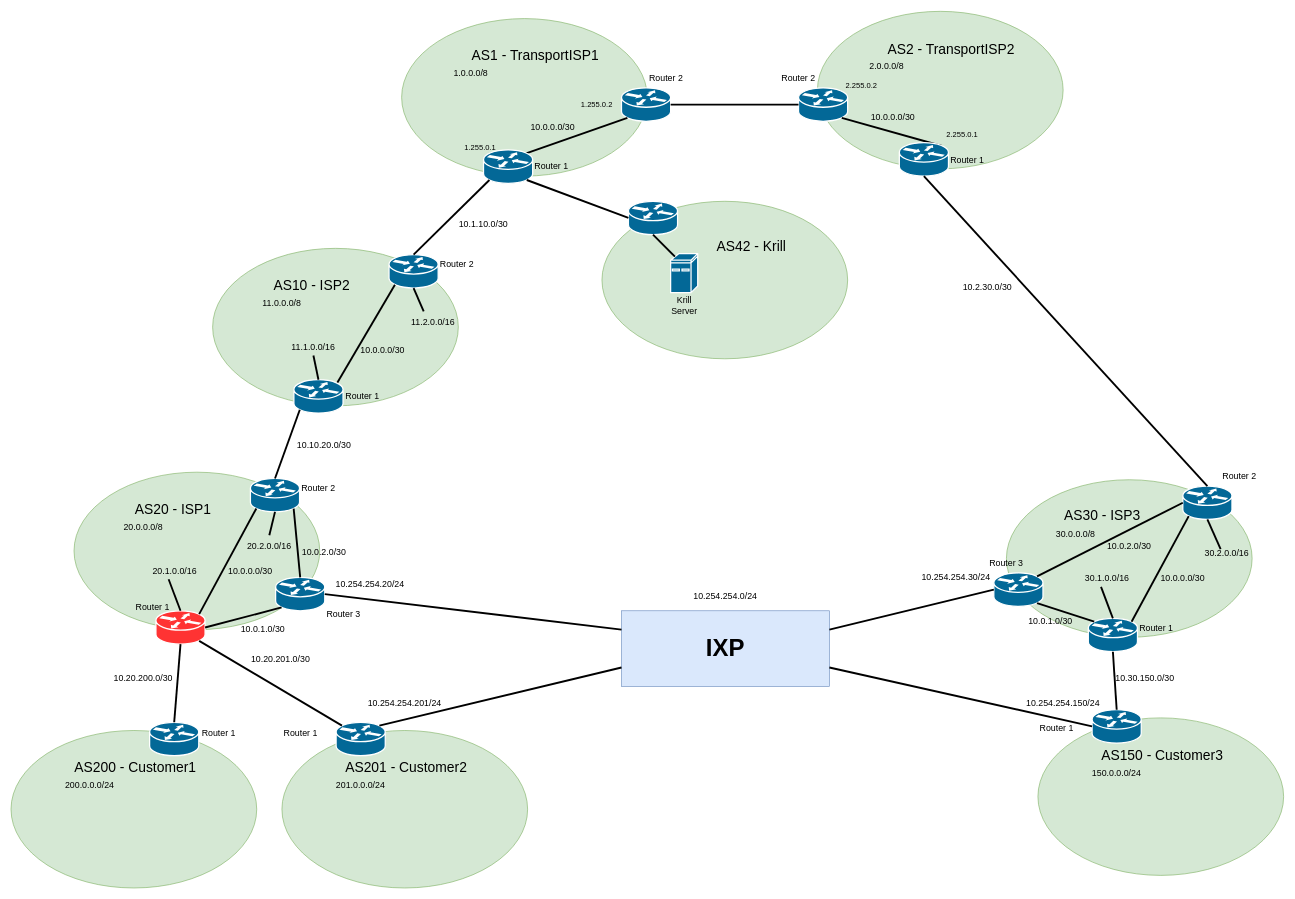
Earlier version of the draw.io diagram rpki_topology.drawio (ThetaRangers/KatharaRPKI). Source tidied: cells renumbered, new cells numbered last; positions are measured from the earlier drawing's top-left corner, leaving out a move shared by most shapes. Both pictures are drawn from the tidied source at 63%, with x=0, y=0 at pixel (11, 11).
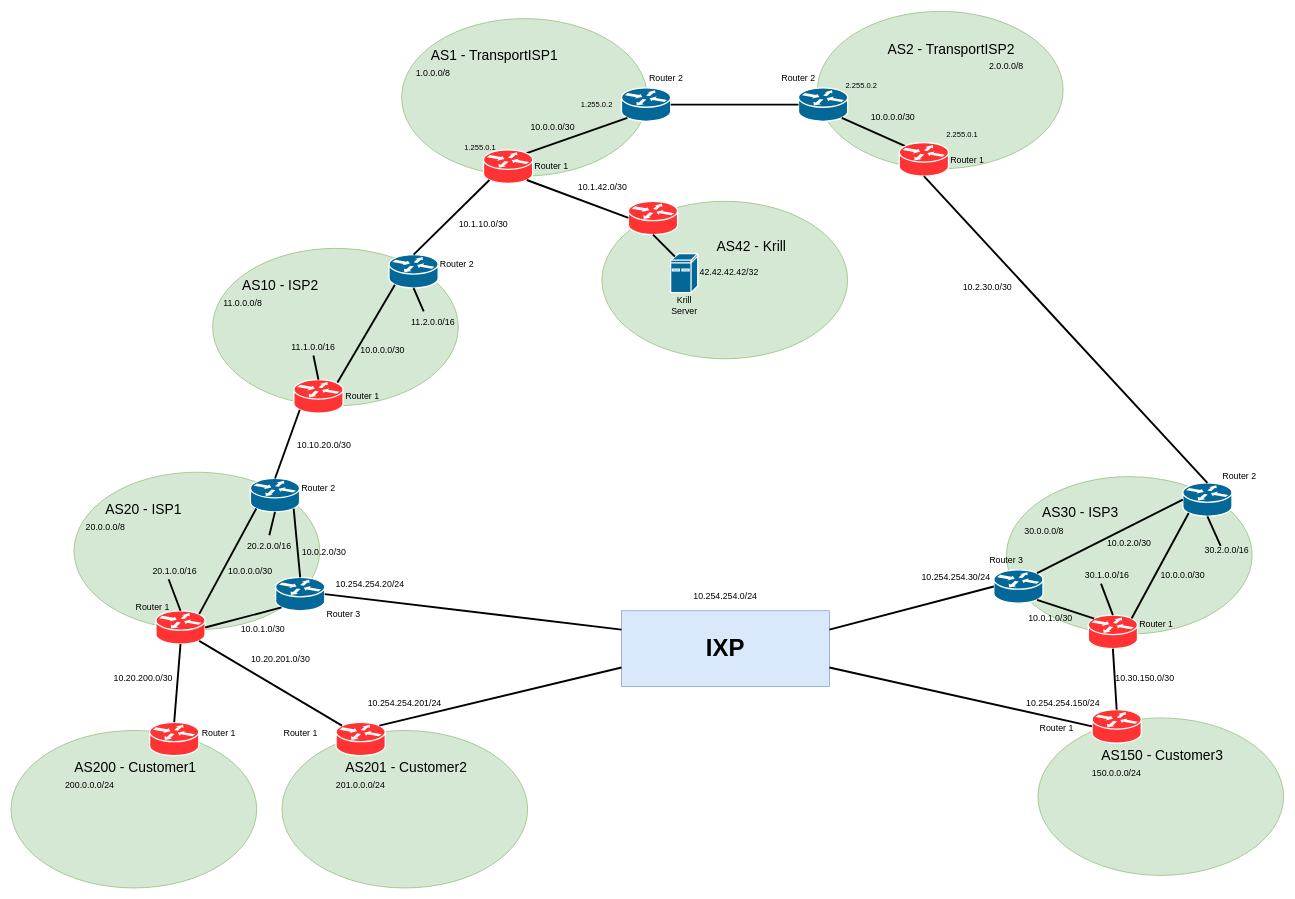
The same diagram, later.

The change refers to these unchanged cells:
```xml
<mxCell id="2" style="group;" parent="1" vertex="1">
  <mxGeometry x="100" y="732" width="390" height="273" as="geometry" />
</mxCell>
<mxCell id="19" style="group;" parent="1" vertex="1">
  <mxGeometry y="1142" width="390" height="250" as="geometry" />
</mxCell>
<mxCell id="27" style="group;" parent="1" vertex="1">
  <mxGeometry x="430" y="1142" width="390" height="250" as="geometry" />
</mxCell>
<mxCell id="62" style="shape=mxgraph.cisco.routers.router;sketch=0;html=1;dashed=0;fillColor=#036897;strokeColor=#ffffff;strokeWidth=2;verticalLabelPosition=bottom;verticalAlign=top;align=center;outlineConnect=0;" parent="1" vertex="1">
  <mxGeometry x="1250" y="122" width="78" height="53" as="geometry" />
</mxCell>
<mxCell id="87" style="group;" parent="1" vertex="1">
  <mxGeometry x="1630" y="1122" width="390" height="250" as="geometry" />
</mxCell>
```

The edit, as a diff of the source:
```diff
@@
     <mxCell id="4" value="&lt;font style=&quot;font-size: 22px;&quot;&gt;AS20 - ISP1&lt;/font&gt;" style="text;html=1;strokeColor=none;fillColor=none;align=center;verticalAlign=middle;whiteSpace=wrap;rounded=0;" parent="2" vertex="1">
-      <mxGeometry x="95" y="40" width="125" height="40" as="geometry" />
+      <mxGeometry x="47.5" y="40" width="125" height="40" as="geometry" />
     </mxCell>
@@
     <mxCell id="6" value="&lt;font style=&quot;font-size: 14px;&quot;&gt;20.0.0.0/8&lt;/font&gt;" style="text;html=1;strokeColor=none;fillColor=none;align=center;verticalAlign=middle;whiteSpace=wrap;rounded=0;fontSize=22;" parent="2" vertex="1">
-      <mxGeometry x="80" y="70" width="60" height="30" as="geometry" />
+      <mxGeometry x="20" y="70" width="60" height="30" as="geometry" />
     </mxCell>
@@
-    <mxCell id="22" style="shape=mxgraph.cisco.routers.router;sketch=0;html=1;dashed=0;fillColor=#036897;strokeColor=#ffffff;strokeWidth=2;verticalLabelPosition=bottom;verticalAlign=top;align=center;outlineConnect=0;" parent="19" vertex="1">
+    <mxCell id="22" style="shape=mxgraph.cisco.routers.router;sketch=0;html=1;dashed=0;fillColor=#FF3333;strokeColor=#ffffff;strokeWidth=2;verticalLabelPosition=bottom;verticalAlign=top;align=center;outlineConnect=0;" parent="19" vertex="1">
       <mxGeometry x="220" y="-13" width="78" height="53" as="geometry" />
     </mxCell>
@@
-    <mxCell id="30" style="shape=mxgraph.cisco.routers.router;sketch=0;html=1;dashed=0;fillColor=#036897;strokeColor=#ffffff;strokeWidth=2;verticalLabelPosition=bottom;verticalAlign=top;align=center;outlineConnect=0;" parent="27" vertex="1">
+    <mxCell id="30" style="shape=mxgraph.cisco.routers.router;sketch=0;html=1;dashed=0;fillColor=#FF3333;strokeColor=#ffffff;strokeWidth=2;verticalLabelPosition=bottom;verticalAlign=top;align=center;outlineConnect=0;" parent="27" vertex="1">
       <mxGeometry x="86" y="-13" width="78" height="53" as="geometry" />
     </mxCell>
@@
     <mxCell id="35" value="&lt;font style=&quot;font-size: 22px;&quot;&gt;AS10 - ISP2&lt;/font&gt;" style="text;html=1;strokeColor=none;fillColor=none;align=center;verticalAlign=middle;whiteSpace=wrap;rounded=0;" parent="1" vertex="1">
-      <mxGeometry x="415" y="416.7" width="125" height="40" as="geometry" />
+      <mxGeometry x="365" y="416.7" width="125" height="40" as="geometry" />
     </mxCell>
     <mxCell id="36" value="&lt;font style=&quot;font-size: 14px;&quot;&gt;11.0.0.0/8&lt;/font&gt;" style="text;html=1;strokeColor=none;fillColor=none;align=center;verticalAlign=middle;whiteSpace=wrap;rounded=0;fontSize=22;" parent="1" vertex="1">
-      <mxGeometry x="400" y="446.7" width="60" height="30" as="geometry" />
+      <mxGeometry x="338" y="447" width="60" height="30" as="geometry" />
     </mxCell>
@@
-    <mxCell id="43" style="shape=mxgraph.cisco.routers.router;sketch=0;html=1;dashed=0;fillColor=#036897;strokeColor=#ffffff;strokeWidth=2;verticalLabelPosition=bottom;verticalAlign=top;align=center;outlineConnect=0;" parent="1" vertex="1">
+    <mxCell id="43" style="shape=mxgraph.cisco.routers.router;sketch=0;html=1;dashed=0;fillColor=#FF3333;strokeColor=#ffffff;strokeWidth=2;verticalLabelPosition=bottom;verticalAlign=top;align=center;outlineConnect=0;" parent="1" vertex="1">
       <mxGeometry x="449" y="585.2" width="78" height="53" as="geometry" />
     </mxCell>
@@
     <mxCell id="48" value="&lt;font style=&quot;font-size: 22px;&quot;&gt;AS1 - TransportISP1&lt;/font&gt;" style="text;html=1;strokeColor=none;fillColor=none;align=center;verticalAlign=middle;whiteSpace=wrap;rounded=0;" parent="1" vertex="1">
-      <mxGeometry x="715" y="52" width="235" height="40" as="geometry" />
+      <mxGeometry x="650" y="52" width="235" height="40" as="geometry" />
     </mxCell>
     <mxCell id="49" value="&lt;font style=&quot;font-size: 14px;&quot;&gt;1.0.0.0/8&lt;/font&gt;" style="text;html=1;strokeColor=none;fillColor=none;align=center;verticalAlign=middle;whiteSpace=wrap;rounded=0;fontSize=22;" parent="1" vertex="1">
-      <mxGeometry x="700" y="82" width="60" height="30" as="geometry" />
+      <mxGeometry x="640" y="80.5" width="60" height="30" as="geometry" />
     </mxCell>
@@
-    <mxCell id="54" style="shape=mxgraph.cisco.routers.router;sketch=0;html=1;dashed=0;fillColor=#036897;strokeColor=#ffffff;strokeWidth=2;verticalLabelPosition=bottom;verticalAlign=top;align=center;outlineConnect=0;" parent="1" vertex="1">
+    <mxCell id="54" style="shape=mxgraph.cisco.routers.router;sketch=0;html=1;dashed=0;fillColor=#FF3333;strokeColor=#ffffff;strokeWidth=2;verticalLabelPosition=bottom;verticalAlign=top;align=center;outlineConnect=0;" parent="1" vertex="1">
       <mxGeometry x="750" y="220.5" width="78" height="53" as="geometry" />
     </mxCell>
@@
     <mxCell id="61" value="&lt;font style=&quot;font-size: 14px;&quot;&gt;2.0.0.0/8&lt;/font&gt;" style="text;html=1;strokeColor=none;fillColor=none;align=center;verticalAlign=middle;whiteSpace=wrap;rounded=0;fontSize=22;" parent="1" vertex="1">
-      <mxGeometry x="1360" y="70.5" width="60" height="30" as="geometry" />
+      <mxGeometry x="1550" y="70.5" width="60" height="30" as="geometry" />
     </mxCell>
@@
-    <mxCell id="63" style="endArrow=none;html=1;rounded=0;fontSize=22;exitX=0.88;exitY=0.9;exitDx=0;exitDy=0;exitPerimeter=0;strokeWidth=3;entryX=0.88;entryY=0.1;entryDx=0;entryDy=0;entryPerimeter=0;" parent="1" edge="1" source="62">
-      <mxGeometry relative="1" as="geometry">
-        <mxPoint x="1477.6" y="214.3" as="targetPoint" />
-      </mxGeometry>
+    <mxCell id="63" style="endArrow=none;html=1;rounded=0;fontSize=22;exitX=0.88;exitY=0.9;exitDx=0;exitDy=0;exitPerimeter=0;strokeWidth=3;entryX=0.12;entryY=0.1;entryDx=0;entryDy=0;entryPerimeter=0;" parent="1" edge="1" source="62" target="66">
+      <mxGeometry relative="1" as="geometry" />
     </mxCell>
@@
-    <mxCell id="66" style="shape=mxgraph.cisco.routers.router;sketch=0;html=1;dashed=0;fillColor=#036897;strokeColor=#ffffff;strokeWidth=2;verticalLabelPosition=bottom;verticalAlign=top;align=center;outlineConnect=0;" parent="1" vertex="1">
+    <mxCell id="66" style="shape=mxgraph.cisco.routers.router;sketch=0;html=1;dashed=0;fillColor=#FF3333;strokeColor=#ffffff;strokeWidth=2;verticalLabelPosition=bottom;verticalAlign=top;align=center;outlineConnect=0;" parent="1" vertex="1">
       <mxGeometry x="1410" y="209" width="78" height="53" as="geometry" />
     </mxCell>
     <mxCell id="67" style="group;" parent="1" vertex="1">
-      <mxGeometry x="1580" y="744" width="390" height="273" as="geometry" />
+      <mxGeometry x="1580" y="739" width="390" height="273" as="geometry" />
     </mxCell>
@@
     <mxCell id="69" value="&lt;font style=&quot;font-size: 22px;&quot;&gt;AS30 - ISP3&lt;/font&gt;" style="text;html=1;strokeColor=none;fillColor=none;align=center;verticalAlign=middle;whiteSpace=wrap;rounded=0;" parent="67" vertex="1">
-      <mxGeometry x="80" y="38" width="145" height="40" as="geometry" />
+      <mxGeometry x="45" y="38" width="145" height="40" as="geometry" />
     </mxCell>
-    <mxCell id="70" style="shape=mxgraph.cisco.routers.router;sketch=0;html=1;dashed=0;fillColor=#036897;strokeColor=#ffffff;strokeWidth=2;verticalLabelPosition=bottom;verticalAlign=top;align=center;outlineConnect=0;" parent="67" vertex="1">
+    <mxCell id="70" style="shape=mxgraph.cisco.routers.router;sketch=0;html=1;dashed=0;fillColor=#FF3333;strokeColor=#ffffff;strokeWidth=2;verticalLabelPosition=bottom;verticalAlign=top;align=center;outlineConnect=0;" parent="67" vertex="1">
       <mxGeometry x="130" y="220" width="78" height="53" as="geometry" />
     </mxCell>
     <mxCell id="71" value="&lt;font style=&quot;font-size: 14px;&quot;&gt;30.0.0.0/8&lt;/font&gt;" style="text;html=1;strokeColor=none;fillColor=none;align=center;verticalAlign=middle;whiteSpace=wrap;rounded=0;fontSize=22;" parent="67" vertex="1">
-      <mxGeometry x="80" y="70" width="60" height="30" as="geometry" />
+      <mxGeometry x="30" y="70" width="60" height="30" as="geometry" />
     </mxCell>
@@
-    <mxCell id="90" style="shape=mxgraph.cisco.routers.router;sketch=0;html=1;dashed=0;fillColor=#036897;strokeColor=#ffffff;strokeWidth=2;verticalLabelPosition=bottom;verticalAlign=top;align=center;outlineConnect=0;" parent="87" vertex="1">
+    <mxCell id="90" style="shape=mxgraph.cisco.routers.router;sketch=0;html=1;dashed=0;fillColor=#FF3333;strokeColor=#ffffff;strokeWidth=2;verticalLabelPosition=bottom;verticalAlign=top;align=center;outlineConnect=0;" parent="87" vertex="1">
       <mxGeometry x="86" y="-13" width="78" height="53" as="geometry" />
     </mxCell>
@@
-    <mxCell id="119" style="shape=mxgraph.cisco.routers.router;sketch=0;html=1;dashed=0;fillColor=#036897;strokeColor=#ffffff;strokeWidth=2;verticalLabelPosition=bottom;verticalAlign=top;align=center;outlineConnect=0;" parent="1" vertex="1">
+    <mxCell id="119" style="shape=mxgraph.cisco.routers.router;sketch=0;html=1;dashed=0;fillColor=#FF3333;strokeColor=#ffffff;strokeWidth=2;verticalLabelPosition=bottom;verticalAlign=top;align=center;outlineConnect=0;" parent="1" vertex="1">
       <mxGeometry x="980" y="302" width="78" height="53" as="geometry" />
     </mxCell>
@@
+    <mxCell id="125" value="&lt;font style=&quot;font-size: 14px;&quot;&gt;42.42.42.42/32&lt;br&gt;&lt;/font&gt;" style="text;html=1;strokeColor=none;fillColor=none;align=center;verticalAlign=middle;whiteSpace=wrap;rounded=0;fontSize=22;" parent="1" vertex="1">
+      <mxGeometry x="1110" y="398.2" width="60" height="30" as="geometry" />
+    </mxCell>
+    <mxCell id="126" value="&lt;font style=&quot;font-size: 14px;&quot;&gt;10.1.42.0/30&lt;br&gt;&lt;/font&gt;" style="text;html=1;strokeColor=none;fillColor=none;align=center;verticalAlign=middle;whiteSpace=wrap;rounded=0;fontSize=22;" parent="1" vertex="1">
+      <mxGeometry x="909" y="262" width="60" height="30" as="geometry" />
+    </mxCell>
```
